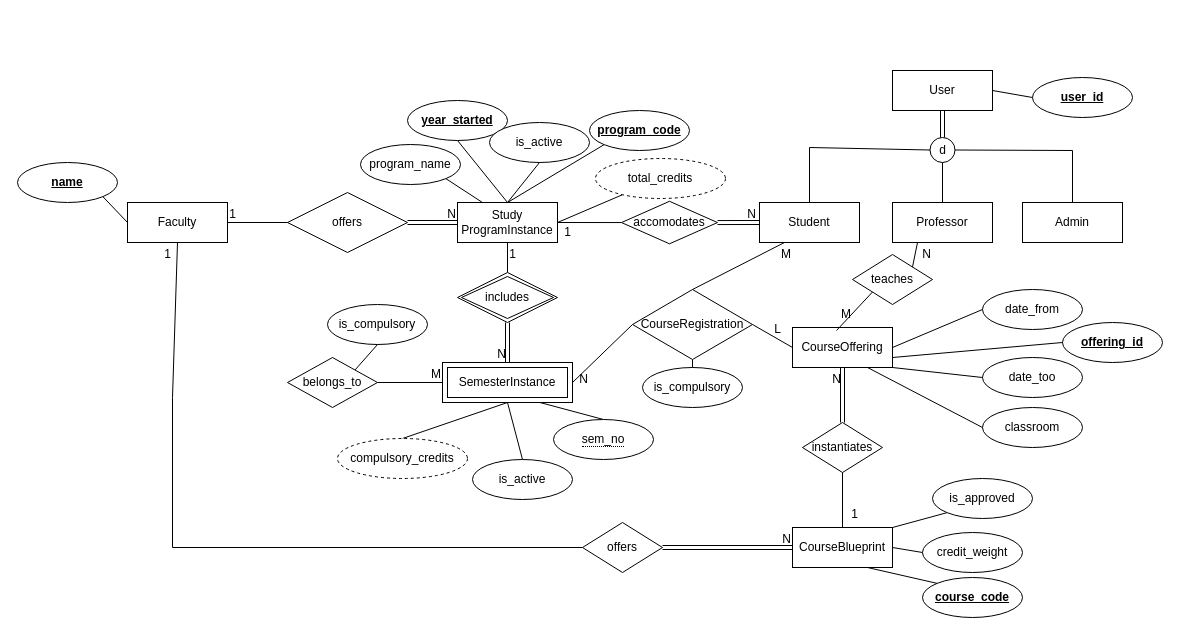
The draw.io diagram DBschema.drawio in dmitru4ok/course-management, before the edit. Source tidied: cells renumbered, new cells numbered last; positions are measured from the earlier drawing's top-left corner, leaving out a move shared by most shapes. Both pictures are drawn from the tidied source at 100%, with x=0, y=0 at pixel (17, 70).
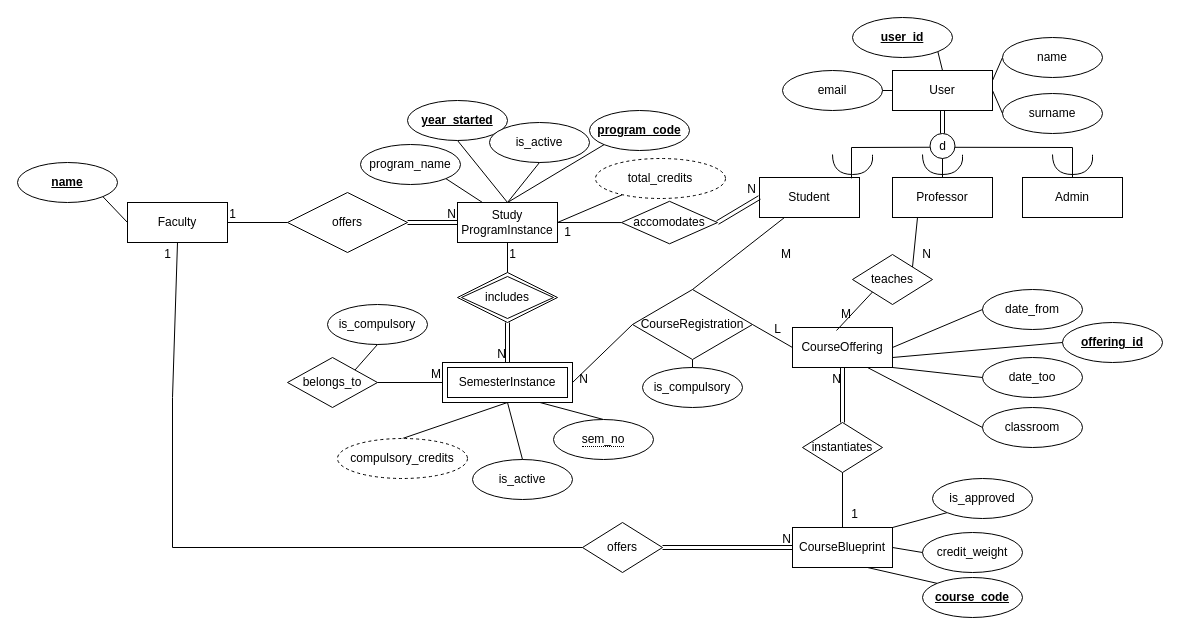
The same diagram, later.

Unchanged cells that the change refers to:
```xml
<mxCell id="85" value="User" style="whiteSpace=wrap;html=1;align=center;" parent="1" vertex="1">
  <mxGeometry x="875" width="100" height="40" as="geometry" />
</mxCell>
```

The edit, as a diff of the source:
```diff
@@
     <mxCell id="45" value="Student" style="whiteSpace=wrap;html=1;align=center;" parent="1" vertex="1">
-      <mxGeometry x="742" y="132" width="100" height="40" as="geometry" />
+      <mxGeometry x="742" y="107" width="100" height="40" as="geometry" />
     </mxCell>
@@
     <mxCell id="60" value="Professor" style="whiteSpace=wrap;html=1;align=center;" parent="1" vertex="1">
-      <mxGeometry x="875" y="132" width="100" height="40" as="geometry" />
+      <mxGeometry x="875" y="107" width="100" height="40" as="geometry" />
     </mxCell>
@@
     <mxCell id="86" value="Admin" style="whiteSpace=wrap;html=1;align=center;" parent="1" vertex="1">
-      <mxGeometry x="1005" y="132" width="100" height="40" as="geometry" />
+      <mxGeometry x="1005" y="107" width="100" height="40" as="geometry" />
     </mxCell>
     <mxCell id="87" value="d" style="ellipse;whiteSpace=wrap;html=1;" parent="1" vertex="1">
-      <mxGeometry x="912.5" y="67" width="25" height="25" as="geometry" />
+      <mxGeometry x="912.5" y="63" width="25" height="25" as="geometry" />
     </mxCell>
@@
     <mxCell id="89" value="&lt;b&gt;user_id&lt;/b&gt;" style="ellipse;whiteSpace=wrap;html=1;align=center;fontStyle=4;" parent="1" vertex="1">
-      <mxGeometry x="1015" y="7" width="100" height="40" as="geometry" />
+      <mxGeometry x="835" y="-53" width="100" height="40" as="geometry" />
     </mxCell>
-    <mxCell id="90" style="endArrow=none;html=1;rounded=0;exitX=1;exitY=0.5;exitDx=0;exitDy=0;entryX=0;entryY=0.5;entryDx=0;entryDy=0;" parent="1" edge="1" source="85" target="89">
+    <mxCell id="90" style="endArrow=none;html=1;rounded=0;exitX=0.5;exitY=0;exitDx=0;exitDy=0;entryX=1;entryY=1;entryDx=0;entryDy=0;" parent="1" edge="1" source="85" target="89">
       <mxGeometry relative="1" as="geometry" />
     </mxCell>
@@
-    <mxCell id="92" style="endArrow=none;html=1;rounded=0;exitX=1;exitY=0.5;exitDx=0;exitDy=0;entryX=0.5;entryY=0;entryDx=0;entryDy=0;" parent="1" edge="1" source="87" target="86">
+    <mxCell id="92" style="endArrow=none;html=1;rounded=0;exitX=0.996;exitY=0.552;exitDx=0;exitDy=0;entryX=0.5;entryY=0;entryDx=0;entryDy=0;exitPerimeter=0;" parent="1" edge="1" source="87" target="86">
       <mxGeometry relative="1" as="geometry">
         <Array as="points">
-          <mxPoint x="1055" y="80" />
+          <mxPoint x="1055" y="77" />
         </Array>
       </mxGeometry>
     </mxCell>
-    <mxCell id="93" style="endArrow=none;html=1;rounded=0;exitX=0;exitY=0.5;exitDx=0;exitDy=0;entryX=0.5;entryY=0;entryDx=0;entryDy=0;" parent="1" edge="1" source="87" target="45">
+    <mxCell id="93" style="endArrow=none;html=1;rounded=0;exitX=-0.004;exitY=0.55;exitDx=0;exitDy=0;entryX=0.92;entryY=0.021;entryDx=0;entryDy=0;entryPerimeter=0;exitPerimeter=0;" parent="1" edge="1" source="87" target="45">
       <mxGeometry relative="1" as="geometry">
         <Array as="points">
-          <mxPoint x="792" y="77" />
+          <mxPoint x="834" y="77" />
         </Array>
       </mxGeometry>
     </mxCell>
+    <mxCell id="94" style="endArrow=none;html=1;rounded=0;exitX=1;exitY=0.25;exitDx=0;exitDy=0;entryX=0;entryY=0.5;entryDx=0;entryDy=0;" parent="1" edge="1" source="85" target="95">
+      <mxGeometry relative="1" as="geometry" />
+    </mxCell>
+    <mxCell id="95" value="name" style="ellipse;whiteSpace=wrap;html=1;align=center;" parent="1" vertex="1">
+      <mxGeometry x="985" y="-33" width="100" height="40" as="geometry" />
+    </mxCell>
+    <mxCell id="96" value="surname" style="ellipse;whiteSpace=wrap;html=1;align=center;" parent="1" vertex="1">
+      <mxGeometry x="985" y="23" width="100" height="40" as="geometry" />
+    </mxCell>
+    <mxCell id="97" style="endArrow=none;html=1;rounded=0;exitX=1;exitY=0.5;exitDx=0;exitDy=0;entryX=0;entryY=0.5;entryDx=0;entryDy=0;" parent="1" edge="1" source="85" target="96">
+      <mxGeometry relative="1" as="geometry" />
+    </mxCell>
+    <mxCell id="98" value="email" style="ellipse;whiteSpace=wrap;html=1;align=center;" parent="1" vertex="1">
+      <mxGeometry x="765" width="100" height="40" as="geometry" />
+    </mxCell>
+    <mxCell id="99" style="endArrow=none;html=1;rounded=0;exitX=0;exitY=0.5;exitDx=0;exitDy=0;entryX=1;entryY=0.5;entryDx=0;entryDy=0;" parent="1" edge="1" source="85" target="98">
+      <mxGeometry relative="1" as="geometry" />
+    </mxCell>
+    <mxCell id="100" style="curved=1;endArrow=none;html=1;rounded=0;" parent="1" edge="1">
+      <mxGeometry relative="1" as="geometry">
+        <mxPoint x="815" y="84" as="sourcePoint" />
+        <mxPoint x="855" y="85" as="targetPoint" />
+        <Array as="points">
+          <mxPoint x="815" y="94" />
+          <mxPoint x="825" y="104" />
+          <mxPoint x="845" y="104" />
+          <mxPoint x="855" y="94" />
+          <mxPoint x="855" y="85" />
+          <mxPoint x="855" y="84" />
+        </Array>
+      </mxGeometry>
+    </mxCell>
+    <mxCell id="101" style="curved=1;endArrow=none;html=1;rounded=0;" parent="1" edge="1">
+      <mxGeometry relative="1" as="geometry">
+        <mxPoint x="905" y="84" as="sourcePoint" />
+        <mxPoint x="945" y="85" as="targetPoint" />
+        <Array as="points">
+          <mxPoint x="905" y="94" />
+          <mxPoint x="915" y="104" />
+          <mxPoint x="935" y="104" />
+          <mxPoint x="945" y="94" />
+          <mxPoint x="945" y="85" />
+          <mxPoint x="945" y="84" />
+        </Array>
+      </mxGeometry>
+    </mxCell>
+    <mxCell id="102" style="curved=1;endArrow=none;html=1;rounded=0;" parent="1" edge="1">
+      <mxGeometry relative="1" as="geometry">
+        <mxPoint x="1035" y="84" as="sourcePoint" />
+        <mxPoint x="1075" y="85" as="targetPoint" />
+        <Array as="points">
+          <mxPoint x="1035" y="94" />
+          <mxPoint x="1045" y="104" />
+          <mxPoint x="1065" y="104" />
+          <mxPoint x="1075" y="94" />
+          <mxPoint x="1075" y="85" />
+          <mxPoint x="1075" y="84" />
+        </Array>
+      </mxGeometry>
+    </mxCell>
```
